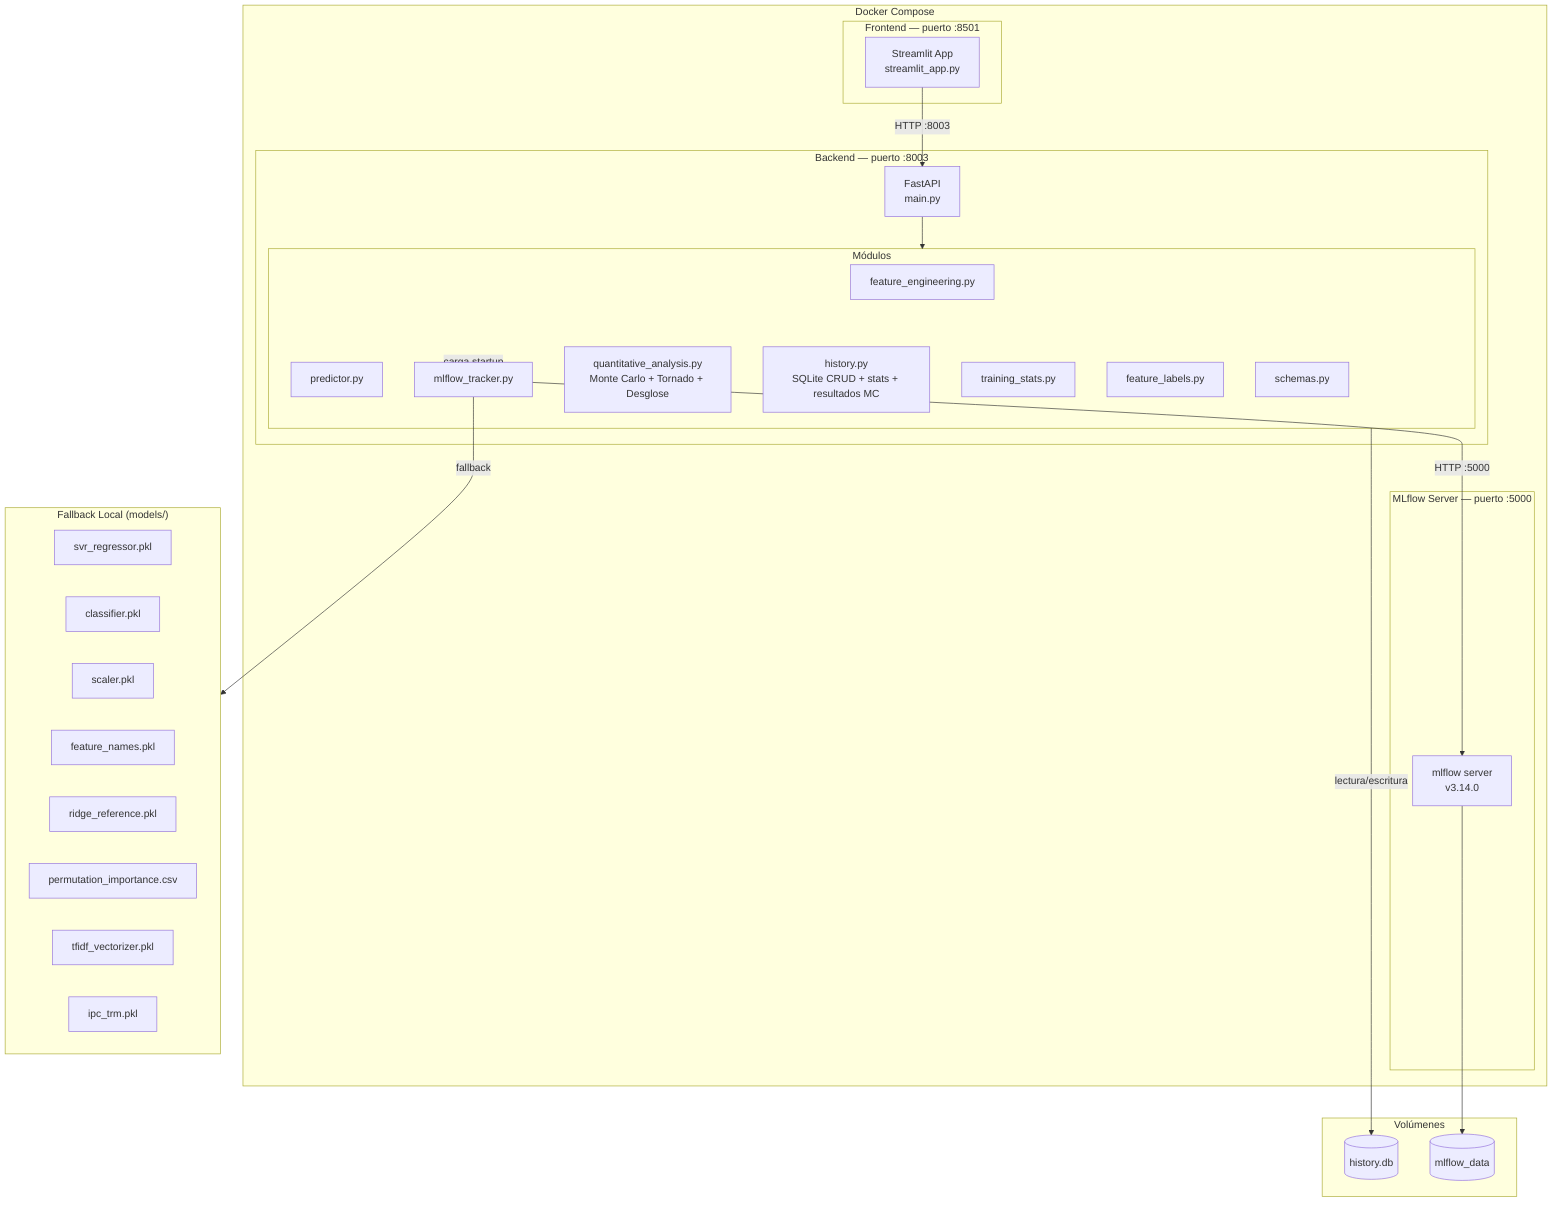
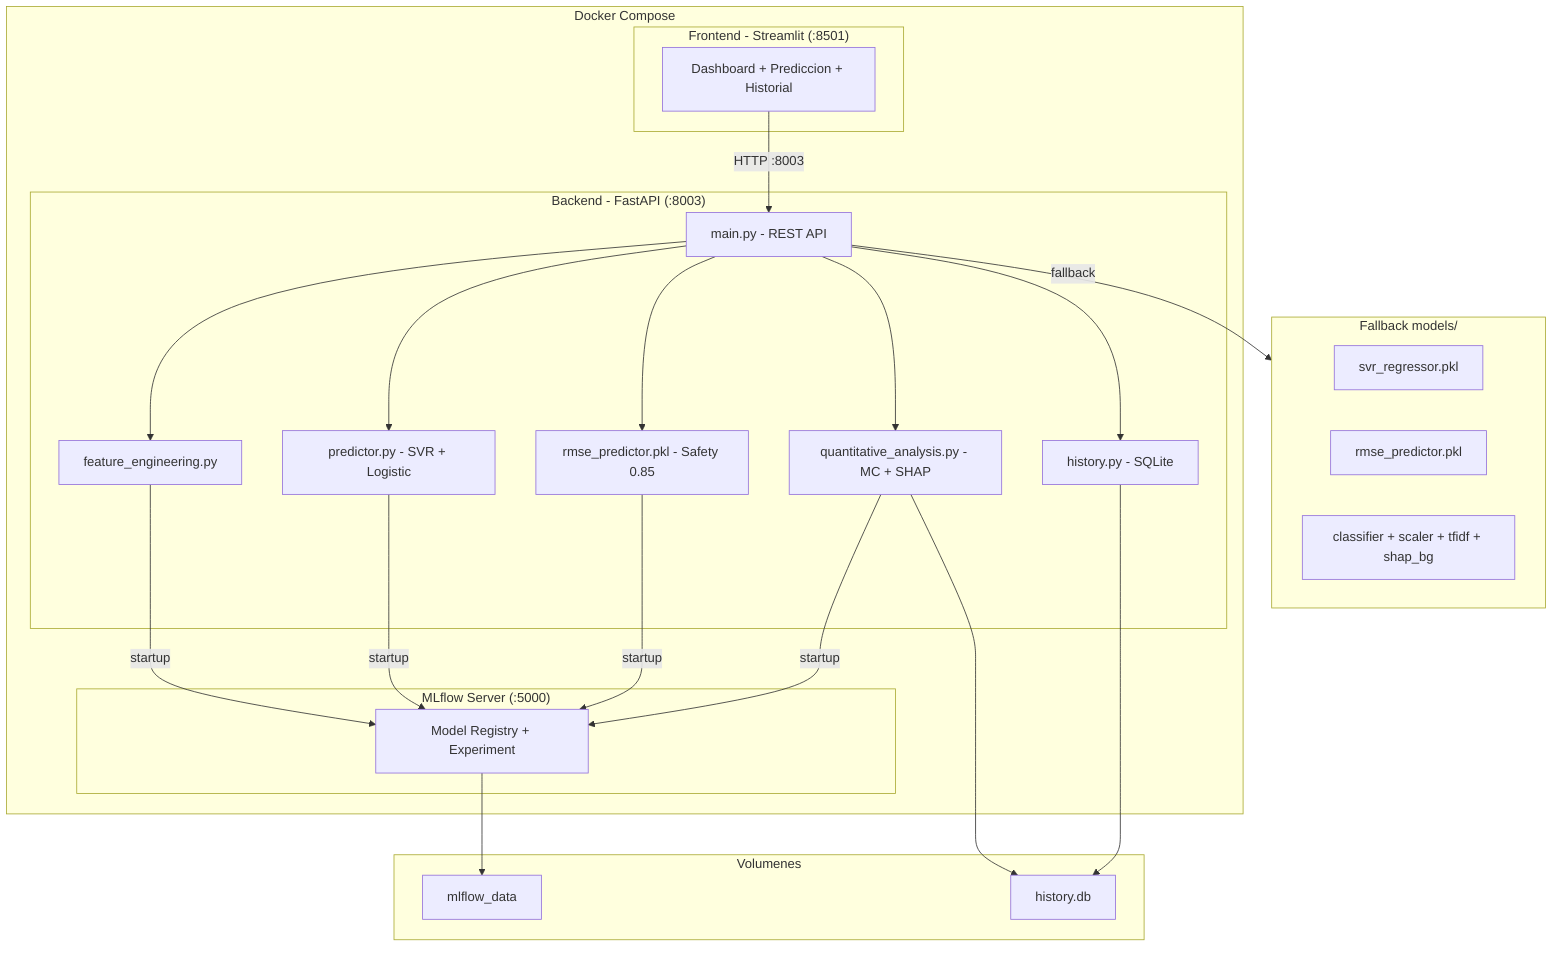
graph TB
    subgraph Docker["Docker Compose"]
- 
-         subgraph FrontendContainer["Frontend — puerto :8501"]
-             ST[Streamlit App<br/>streamlit_app.py]
+         subgraph Frontend["Frontend - Streamlit (:8501)"]
+             ST["Dashboard + Prediccion + Historial"]
        end

-         subgraph BackendContainer["Backend — puerto :8003"]
-             FA[FastAPI<br/>main.py]
-             subgraph BackendMod["Módulos"]
-                 FE[feature_engineering.py]
-                 PR[predictor.py]
-                 MLFT[mlflow_tracker.py]
-                 QA[quantitative_analysis.py<br/>Monte Carlo + Tornado + Desglose]
-                 H[history.py<br/>SQLite CRUD + stats + resultados MC]
-                 TS[training_stats.py]
-                 FL[feature_labels.py]
-                 SC[schemas.py]
-             end
+         subgraph Backend["Backend - FastAPI (:8003)"]
+             FA["main.py - REST API"]
+             FE["feature_engineering.py"]
+             PR["predictor.py - SVR + Logistic"]
+             RP["rmse_predictor.pkl - Safety 0.85"]
+             QA["quantitative_analysis.py - MC + SHAP"]
+             H["history.py - SQLite"]
        end

-         subgraph MLflowContainer["MLflow Server — puerto :5000"]
-             ML[mlflow server<br/>v3.14.0]
+         subgraph MLflow["MLflow Server (:5000)"]
+             ML["Model Registry + Experiment"]
        end
- 
    end

-     subgraph Volumes["Volúmenes"]
-         DB[(history.db)]
-         MLDATA[(mlflow_data)]
+     subgraph Volumes["Volumenes"]
+         DB["history.db"]
+         MLD["mlflow_data"]
    end

-     subgraph LocalModels["Fallback Local (models/)"]
-         M1[svr_regressor.pkl]
-         M2[classifier.pkl]
-         M3[scaler.pkl]
-         M4[feature_names.pkl]
-         M5[ridge_reference.pkl]
-         M6[permutation_importance.csv]
-         M7[tfidf_vectorizer.pkl]
-         M8[ipc_trm.pkl]
+     subgraph Local["Fallback models/"]
+         L1["svr_regressor.pkl"]
+         L2["rmse_predictor.pkl"]
+         L3["classifier + scaler + tfidf + shap_bg"]
    end

    ST -->|HTTP :8003| FA
-     FA --> BackendMod
-     BackendMod -->|carga startup| MLFT
-     MLFT -->|HTTP :5000| ML
-     MLFT -->|fallback| LocalModels
-     BackendMod -->|lectura/escritura| DB
-     ML --> MLDATA
+     FA --> FE & PR & RP & QA & H
+     FE & PR & RP & QA -->|startup| ML
+     ML --> MLD
+     QA & H --> DB
+     FA -->|fallback| Local
